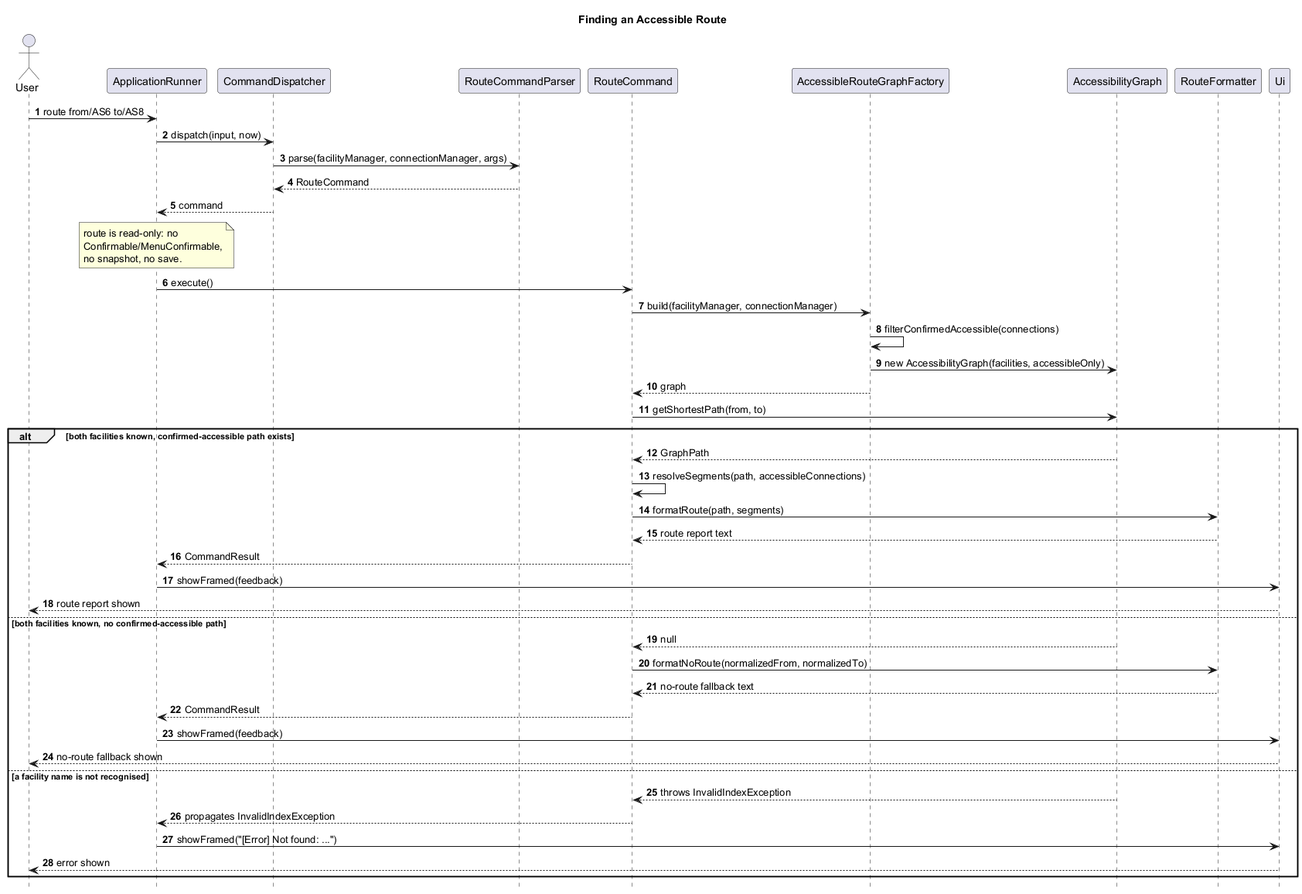
Before: docs/diagrams/sequence/RouteSequence.png, a diagram exported from PlantUML (lukelouyu/SelfTeamProject).
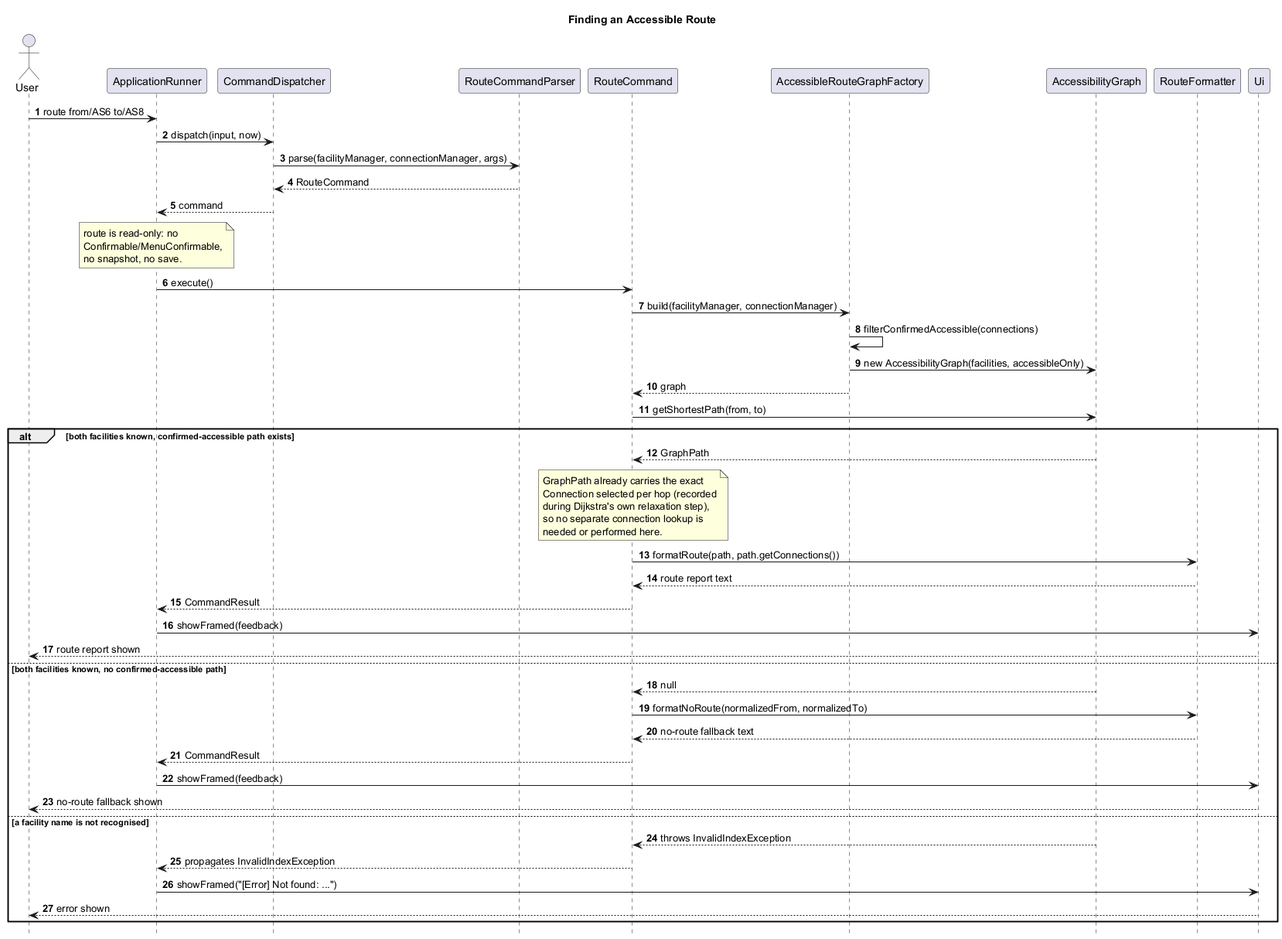
Above is the later version.

Commit message:
fix: retain exact connection edges in route paths

Change to the diagram source:
```diff
@@ -34,8 +34,14 @@
 
 alt both facilities known, confirmed-accessible path exists
     Graph --> Command : GraphPath
-    Command -> Command : resolveSegments(path, accessibleConnections)
-    Command -> Formatter : formatRoute(path, segments)
+    note over Command
+      GraphPath already carries the exact
+      Connection selected per hop (recorded
+      during Dijkstra's own relaxation step),
+      so no separate connection lookup is
+      needed or performed here.
+    end note
+    Command -> Formatter : formatRoute(path, path.getConnections())
     Formatter --> Command : route report text
     Command --> Runner : CommandResult
     Runner -> Ui : showFramed(feedback)
```
